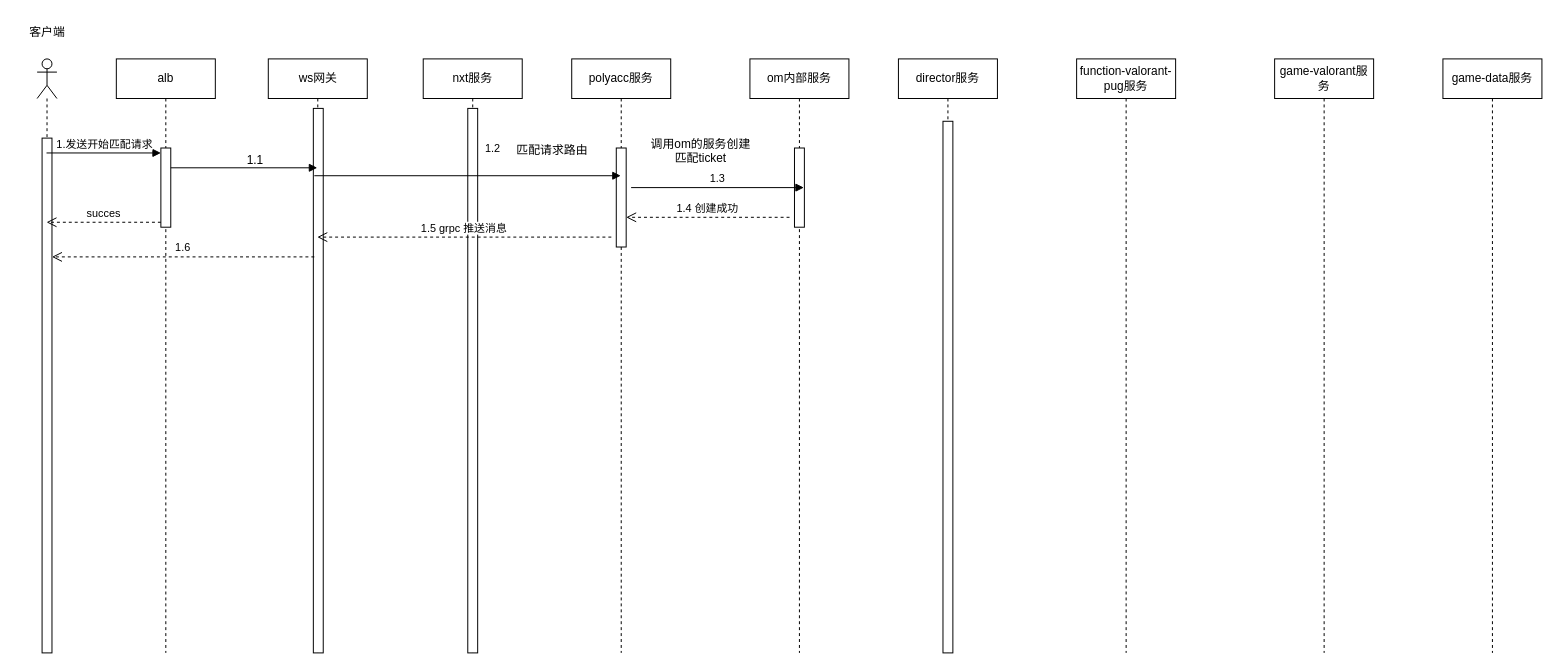
Earlier version of the draw.io diagram 未命名绘图.drawio (haozhi-ly/test). Source tidied: cells renumbered, new cells numbered last; positions are measured from the earlier drawing's top-left corner, leaving out a move shared by most shapes. Both pictures are drawn from the tidied source at 99%, with x=0, y=0 at pixel (17, 17).
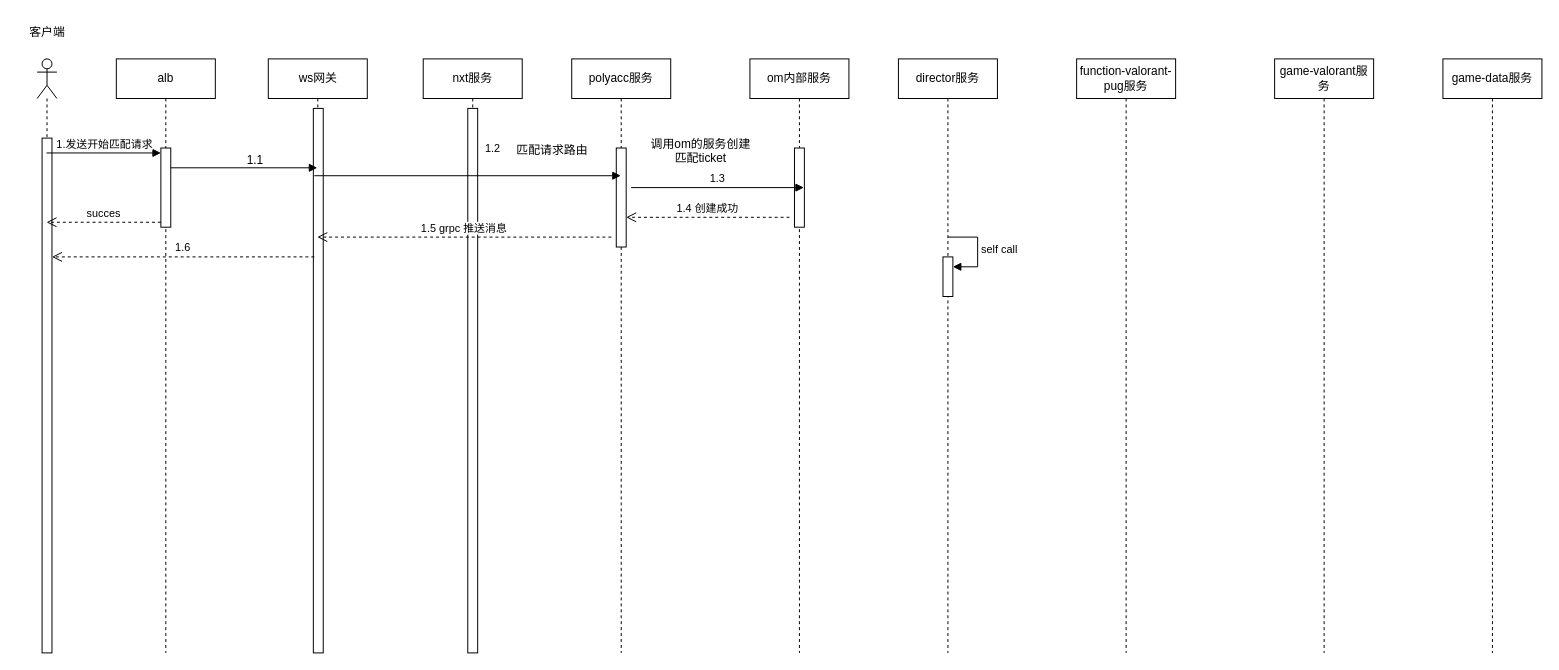
The same diagram, later.

Commit message:
更新未命名绘图.drawio

Unchanged cells that the change refers to:
```xml
<mxCell id="11" value="&lt;span style=&quot;white-space-collapse: preserve;&quot;&gt;director服务&lt;/span&gt;" style="shape=umlLifeline;perimeter=lifelinePerimeter;whiteSpace=wrap;html=1;newEdgeStyle={&quot;curved&quot;:0,&quot;rounded&quot;:0};" parent="1" vertex="1">
  <mxGeometry x="890" y="42" width="100" height="600" as="geometry" />
</mxCell>
```

The edit, as a diff of the source:
```diff
@@
-    <mxCell id="12" style="html=1;perimeter=orthogonalPerimeter;targetShapes=umlLifeline;newEdgeStyle={&quot;curved&quot;:0,&quot;rounded&quot;:0};" parent="11" vertex="1">
-      <mxGeometry x="45" y="63" width="10" height="537" as="geometry" />
-    </mxCell>
+    <mxCell id="31" style="html=1;points=[[0,0,0,0,5],[0,1,0,0,-5],[1,0,0,0,5],[1,1,0,0,-5]];perimeter=orthogonalPerimeter;outlineConnect=0;targetShapes=umlLifeline;portConstraint=eastwest;newEdgeStyle={&quot;curved&quot;:0,&quot;rounded&quot;:0};" parent="11" vertex="1">
+      <mxGeometry x="45" y="200" width="10" height="40" as="geometry" />
+    </mxCell>
+    <mxCell id="32" value="self call" style="html=1;align=left;spacingLeft=2;endArrow=block;rounded=0;edgeStyle=orthogonalEdgeStyle;curved=0;rounded=0;" parent="11" edge="1" target="31">
+      <mxGeometry relative="1" as="geometry">
+        <mxPoint x="50" y="180" as="sourcePoint" />
+        <Array as="points">
+          <mxPoint x="80" y="210" />
+        </Array>
+      </mxGeometry>
+    </mxCell>
```
